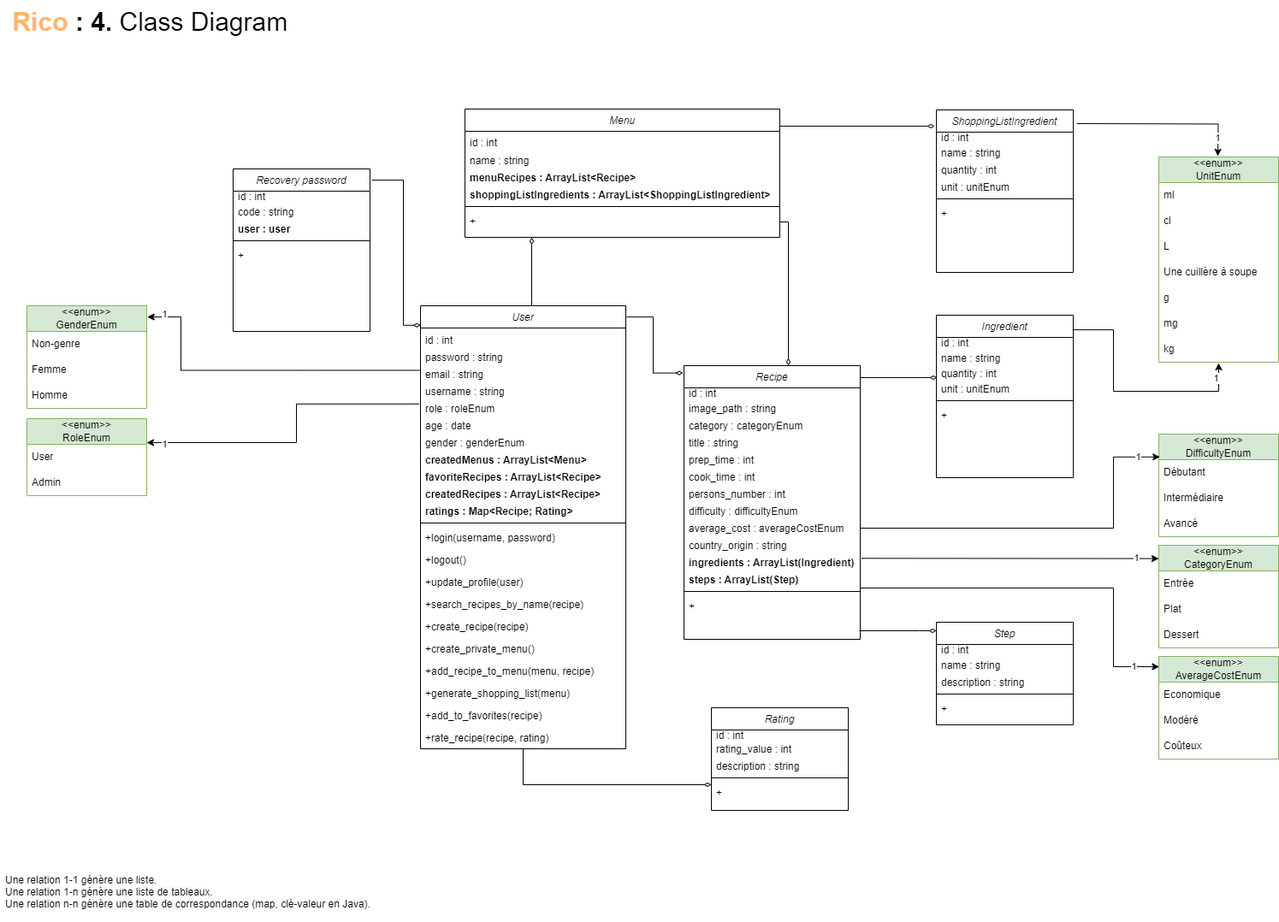
This is conception/Class_Diagram.drawio.png from saracruzfdez/ricoCda, a draw.io export, as it was before one commit. Source tidied: cells renumbered, new cells last; positions are measured from the earlier drawing's top-left corner, leaving out a move shared by most shapes.
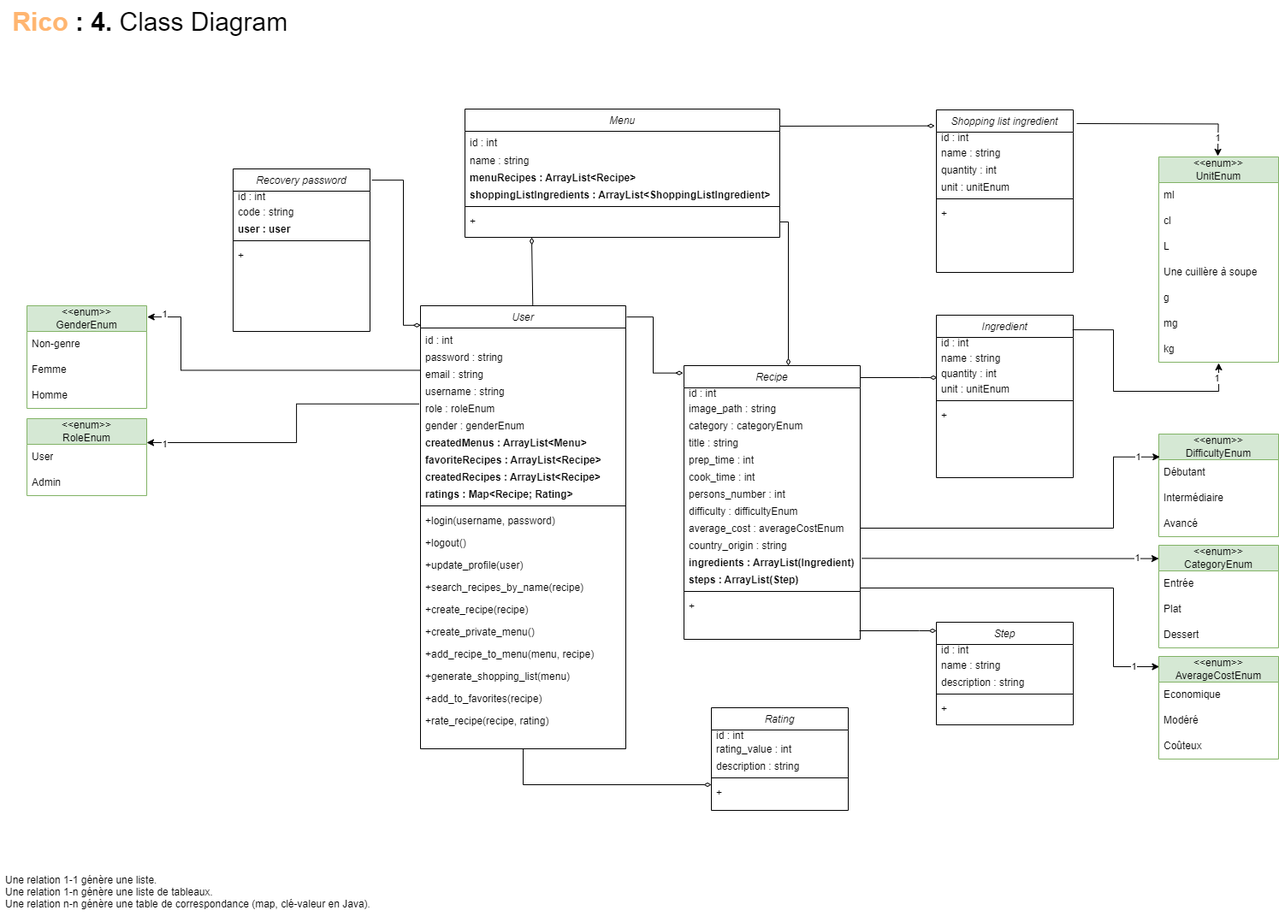
Later version of the same file.

The edit, as a diff of the source:
```diff
@@ -20,56 +20,53 @@
     <mxCell id="7" value="role : roleEnum" style="text;align=left;verticalAlign=bottom;spacingLeft=4;spacingRight=4;overflow=hidden;points=[[0,0.5],[1,0.5]];portConstraint=eastwest;" parent="2" vertex="1">
       <mxGeometry y="110" width="240" height="20" as="geometry" />
     </mxCell>
-    <mxCell id="8" value="age : date" style="text;align=left;verticalAlign=bottom;spacingLeft=4;spacingRight=4;overflow=hidden;" parent="2" vertex="1">
-      <mxGeometry y="130" width="240" height="20" as="geometry" />
-    </mxCell>
     <mxCell id="9" value="gender : genderEnum" style="text;align=left;verticalAlign=bottom;spacingLeft=4;spacingRight=4;overflow=hidden;" parent="2" vertex="1">
-      <mxGeometry y="150" width="240" height="20" as="geometry" />
+      <mxGeometry y="130" width="240" height="20" as="geometry" />
     </mxCell>
     <mxCell id="10" value="createdMenus : ArrayList&lt;Menu&gt;" style="text;align=left;verticalAlign=bottom;spacingLeft=4;spacingRight=4;overflow=hidden;fontStyle=1;" parent="2" vertex="1">
-      <mxGeometry y="170" width="240" height="20" as="geometry" />
+      <mxGeometry y="150" width="240" height="20" as="geometry" />
     </mxCell>
     <mxCell id="11" value="favoriteRecipes : ArrayList&lt;Recipe&gt;" style="text;align=left;verticalAlign=bottom;spacingLeft=4;spacingRight=4;overflow=hidden;fontStyle=1;" parent="2" vertex="1">
-      <mxGeometry y="190" width="240" height="20" as="geometry" />
+      <mxGeometry y="170" width="240" height="20" as="geometry" />
     </mxCell>
     <mxCell id="12" value="createdRecipes : ArrayList&lt;Recipe&gt;" style="text;align=left;verticalAlign=bottom;spacingLeft=4;spacingRight=4;overflow=hidden;fontStyle=1;" parent="2" vertex="1">
-      <mxGeometry y="210" width="240" height="20" as="geometry" />
+      <mxGeometry y="190" width="240" height="20" as="geometry" />
     </mxCell>
     <mxCell id="13" value="ratings : Map&lt;Recipe; Rating&gt;" style="text;align=left;verticalAlign=bottom;spacingLeft=4;spacingRight=4;overflow=hidden;fontColor=#000000;fontStyle=1;" parent="2" vertex="1">
-      <mxGeometry y="230" width="240" height="20" as="geometry" />
+      <mxGeometry y="210" width="240" height="20" as="geometry" />
     </mxCell>
     <mxCell id="14" style="line;html=1;strokeWidth=1;align=left;verticalAlign=middle;spacingTop=-1;spacingLeft=3;spacingRight=3;labelPosition=right;" parent="2" vertex="1">
-      <mxGeometry y="250" width="240" height="8" as="geometry" />
+      <mxGeometry y="230" width="240" height="8" as="geometry" />
     </mxCell>
     <mxCell id="15" value="+login(username, password)" style="text;align=left;verticalAlign=top;spacingLeft=4;spacingRight=4;overflow=hidden;" parent="2" vertex="1">
-      <mxGeometry y="258" width="240" height="26" as="geometry" />
+      <mxGeometry y="238" width="240" height="26" as="geometry" />
     </mxCell>
     <mxCell id="16" value="+logout()" style="text;align=left;verticalAlign=top;spacingLeft=4;spacingRight=4;overflow=hidden;" parent="2" vertex="1">
-      <mxGeometry y="284" width="240" height="26" as="geometry" />
+      <mxGeometry y="264" width="240" height="26" as="geometry" />
     </mxCell>
     <mxCell id="17" value="+update_profile(user)" style="text;align=left;verticalAlign=top;spacingLeft=4;spacingRight=4;overflow=hidden;" parent="2" vertex="1">
-      <mxGeometry y="310" width="240" height="26" as="geometry" />
+      <mxGeometry y="290" width="240" height="26" as="geometry" />
     </mxCell>
     <mxCell id="18" value="+search_recipes_by_name(recipe)" style="text;align=left;verticalAlign=top;spacingLeft=4;spacingRight=4;overflow=hidden;" parent="2" vertex="1">
-      <mxGeometry y="336" width="240" height="26" as="geometry" />
+      <mxGeometry y="316" width="240" height="26" as="geometry" />
     </mxCell>
     <mxCell id="19" value="+create_recipe(recipe)" style="text;align=left;verticalAlign=top;spacingLeft=4;spacingRight=4;overflow=hidden;" parent="2" vertex="1">
-      <mxGeometry y="362" width="240" height="26" as="geometry" />
+      <mxGeometry y="342" width="240" height="26" as="geometry" />
     </mxCell>
     <mxCell id="20" value="+create_private_menu()" style="text;align=left;verticalAlign=top;spacingLeft=4;spacingRight=4;overflow=hidden;" parent="2" vertex="1">
-      <mxGeometry y="388" width="240" height="26" as="geometry" />
+      <mxGeometry y="368" width="240" height="26" as="geometry" />
     </mxCell>
     <mxCell id="21" value="+add_recipe_to_menu(menu, recipe)" style="text;align=left;verticalAlign=top;spacingLeft=4;spacingRight=4;overflow=hidden;" parent="2" vertex="1">
-      <mxGeometry y="414" width="240" height="26" as="geometry" />
+      <mxGeometry y="394" width="240" height="26" as="geometry" />
     </mxCell>
     <mxCell id="22" value="+generate_shopping_list(menu)" style="text;align=left;verticalAlign=top;spacingLeft=4;spacingRight=4;overflow=hidden;" parent="2" vertex="1">
-      <mxGeometry y="440" width="240" height="26" as="geometry" />
+      <mxGeometry y="420" width="240" height="26" as="geometry" />
     </mxCell>
     <mxCell id="23" value="+add_to_favorites(recipe)" style="text;align=left;verticalAlign=top;spacingLeft=4;spacingRight=4;overflow=hidden;" parent="2" vertex="1">
-      <mxGeometry y="466" width="240" height="26" as="geometry" />
+      <mxGeometry y="446" width="240" height="26" as="geometry" />
     </mxCell>
     <mxCell id="24" value="+rate_recipe(recipe, rating)" style="text;align=left;verticalAlign=top;spacingLeft=4;spacingRight=4;overflow=hidden;" parent="2" vertex="1">
-      <mxGeometry y="492" width="240" height="26" as="geometry" />
+      <mxGeometry y="472" width="240" height="26" as="geometry" />
     </mxCell>
     <mxCell id="25" value="Recipe" style="swimlane;fontStyle=2;align=center;verticalAlign=top;horizontal=1;startSize=26;rounded=0;shadow=0;strokeWidth=1;" parent="1" vertex="1">
       <mxGeometry x="799" y="427" width="206" height="320" as="geometry" />
@@ -159,7 +156,7 @@
         <mxPoint x="-40" y="32" as="offset" />
       </mxGeometry>
     </mxCell>
-    <mxCell id="50" value="ShoppingListIngredient" style="swimlane;fontStyle=2;align=center;verticalAlign=top;horizontal=1;startSize=26;rounded=0;shadow=0;strokeWidth=1;" parent="1" vertex="1">
+    <mxCell id="50" value="Shopping list ingredient" style="swimlane;fontStyle=2;align=center;verticalAlign=top;horizontal=1;startSize=26;rounded=0;shadow=0;strokeWidth=1;" parent="1" vertex="1">
       <mxGeometry x="1094" y="128" width="160" height="190" as="geometry" />
     </mxCell>
     <mxCell id="51" value="id : int" style="text;align=left;verticalAlign=bottom;spacingLeft=4;spacingRight=4;overflow=hidden;" parent="50" vertex="1">
```
